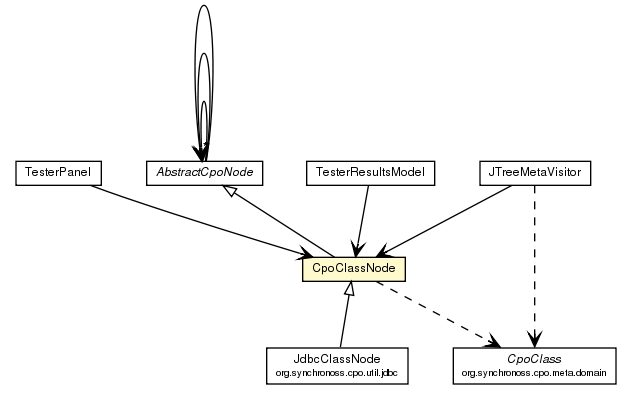
Before: site/apidocs/org/synchronoss/cpo/util/CpoClassNode.png, a diagram exported from Graphviz (synchronoss/cpo-util). Its source is kept beside it as site/apidocs/org/synchronoss/cpo/util/CpoClassNode.dot.
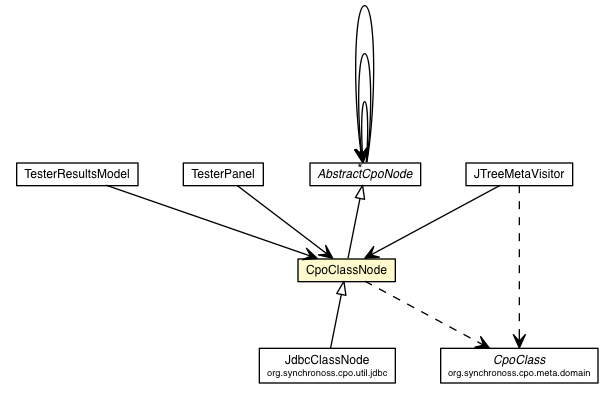
The same file after the commit.

The edit, as a diff of the source:
```diff
@@ -2,48 +2,48 @@
 digraph G {
 	edge [fontname="Helvetica",fontsize=10,labelfontname="Helvetica",labelfontsize=10];
 	node [fontname="Helvetica",fontsize=10,shape=plaintext];
-	c2870 [label=<<table border="0" cellborder="1" cellspacing="0" cellpadding="2" port="p" href="./TesterPanel.html">
+	c2517 [label=<<table border="0" cellborder="1" cellspacing="0" cellpadding="2" port="p" href="./TesterResultsModel.html">
+		<tr><td><table border="0" cellspacing="0" cellpadding="1">
+			<tr><td> TesterResultsModel </td></tr>
+		</table></td></tr>
+		</table>>, fontname="Helvetica", fontcolor="black", fontsize=9.0];
+	c2519 [label=<<table border="0" cellborder="1" cellspacing="0" cellpadding="2" port="p" href="./TesterPanel.html">
 		<tr><td><table border="0" cellspacing="0" cellpadding="1">
 			<tr><td> TesterPanel </td></tr>
 		</table></td></tr>
 		</table>>, fontname="Helvetica", fontcolor="black", fontsize=9.0];
-	c2874 [label=<<table border="0" cellborder="1" cellspacing="0" cellpadding="2" port="p" href="./JTreeMetaVisitor.html">
+	c2527 [label=<<table border="0" cellborder="1" cellspacing="0" cellpadding="2" port="p" href="./JTreeMetaVisitor.html">
 		<tr><td><table border="0" cellspacing="0" cellpadding="1">
 			<tr><td> JTreeMetaVisitor </td></tr>
 		</table></td></tr>
 		</table>>, fontname="Helvetica", fontcolor="black", fontsize=9.0];
-	c2875 [label=<<table border="0" cellborder="1" cellspacing="0" cellpadding="2" port="p" href="./AbstractCpoNode.html">
+	c2542 [label=<<table border="0" cellborder="1" cellspacing="0" cellpadding="2" port="p" bgcolor="lemonChiffon" href="./CpoClassNode.html">
+		<tr><td><table border="0" cellspacing="0" cellpadding="1">
+			<tr><td> CpoClassNode </td></tr>
+		</table></td></tr>
+		</table>>, fontname="Helvetica", fontcolor="black", fontsize=9.0];
+	c2554 [label=<<table border="0" cellborder="1" cellspacing="0" cellpadding="2" port="p" href="./AbstractCpoNode.html">
 		<tr><td><table border="0" cellspacing="0" cellpadding="1">
 			<tr><td><font face="Helvetica-Oblique"> AbstractCpoNode </font></td></tr>
 		</table></td></tr>
 		</table>>, fontname="Helvetica", fontcolor="black", fontsize=9.0];
-	c2881 [label=<<table border="0" cellborder="1" cellspacing="0" cellpadding="2" port="p" href="./TesterResultsModel.html">
-		<tr><td><table border="0" cellspacing="0" cellpadding="1">
-			<tr><td> TesterResultsModel </td></tr>
-		</table></td></tr>
-		</table>>, fontname="Helvetica", fontcolor="black", fontsize=9.0];
-	c2890 [label=<<table border="0" cellborder="1" cellspacing="0" cellpadding="2" port="p" bgcolor="lemonChiffon" href="./CpoClassNode.html">
-		<tr><td><table border="0" cellspacing="0" cellpadding="1">
-			<tr><td> CpoClassNode </td></tr>
-		</table></td></tr>
-		</table>>, fontname="Helvetica", fontcolor="black", fontsize=9.0];
-	c2908 [label=<<table border="0" cellborder="1" cellspacing="0" cellpadding="2" port="p" href="./jdbc/JdbcClassNode.html">
+	c2564 [label=<<table border="0" cellborder="1" cellspacing="0" cellpadding="2" port="p" href="./jdbc/JdbcClassNode.html">
 		<tr><td><table border="0" cellspacing="0" cellpadding="1">
 			<tr><td> JdbcClassNode </td></tr>
 			<tr><td><font point-size="7.0"> org.synchronoss.cpo.util.jdbc </font></td></tr>
 		</table></td></tr>
 		</table>>, fontname="Helvetica", fontcolor="black", fontsize=9.0];
-	c2875:p -> c2890:p [dir=back,arrowtail=empty];
-	c2890:p -> c2908:p [dir=back,arrowtail=empty];
-	c2870:p -> c2890:p [taillabel="", label="", headlabel="", fontname="Helvetica", fontcolor="black", fontsize=10.0, color="black", arrowhead=open];
-	c2874:p -> c2890:p [taillabel="", label="", headlabel="", fontname="Helvetica", fontcolor="black", fontsize=10.0, color="black", arrowhead=open];
-	c2875:p -> c2875:p [taillabel="", label="", headlabel="*", fontname="Helvetica", fontcolor="black", fontsize=10.0, color="black", arrowhead=open];
-	c2875:p -> c2875:p [taillabel="", label="", headlabel="*", fontname="Helvetica", fontcolor="black", fontsize=10.0, color="black", arrowhead=open];
-	c2875:p -> c2875:p [taillabel="", label="", headlabel="*", fontname="Helvetica", fontcolor="black", fontsize=10.0, color="black", arrowhead=open];
-	c2881:p -> c2890:p [taillabel="", label="", headlabel="", fontname="Helvetica", fontcolor="black", fontsize=10.0, color="black", arrowhead=open];
-	c2874:p -> c2931:p [taillabel="", label="", headlabel="", fontname="Helvetica", fontcolor="black", fontsize=10.0, color="black", arrowhead=open, style=dashed];
-	c2890:p -> c2931:p [taillabel="", label="", headlabel="", fontname="Helvetica", fontcolor="black", fontsize=10.0, color="black", arrowhead=open, style=dashed];
-	c2931 [label=<<table border="0" cellborder="1" cellspacing="0" cellpadding="2" port="p" href="http://java.sun.com/j2se/1.4.2/docs/api/org/synchronoss/cpo/meta/domain/CpoClass.html">
+	c2554:p -> c2542:p [dir=back,arrowtail=empty];
+	c2542:p -> c2564:p [dir=back,arrowtail=empty];
+	c2517:p -> c2542:p [taillabel="", label="", headlabel="", fontname="Helvetica", fontcolor="black", fontsize=10.0, color="black", arrowhead=open];
+	c2519:p -> c2542:p [taillabel="", label="", headlabel="", fontname="Helvetica", fontcolor="black", fontsize=10.0, color="black", arrowhead=open];
+	c2527:p -> c2542:p [taillabel="", label="", headlabel="", fontname="Helvetica", fontcolor="black", fontsize=10.0, color="black", arrowhead=open];
+	c2554:p -> c2554:p [taillabel="", label="", headlabel="*", fontname="Helvetica", fontcolor="black", fontsize=10.0, color="black", arrowhead=open];
+	c2554:p -> c2554:p [taillabel="", label="", headlabel="*", fontname="Helvetica", fontcolor="black", fontsize=10.0, color="black", arrowhead=open];
+	c2554:p -> c2554:p [taillabel="", label="", headlabel="*", fontname="Helvetica", fontcolor="black", fontsize=10.0, color="black", arrowhead=open];
+	c2527:p -> c2588:p [taillabel="", label="", headlabel="", fontname="Helvetica", fontcolor="black", fontsize=10.0, color="black", arrowhead=open, style=dashed];
+	c2542:p -> c2588:p [taillabel="", label="", headlabel="", fontname="Helvetica", fontcolor="black", fontsize=10.0, color="black", arrowhead=open, style=dashed];
+	c2588 [label=<<table border="0" cellborder="1" cellspacing="0" cellpadding="2" port="p" href="http://java.sun.com/j2se/1.4.2/docs/api/org/synchronoss/cpo/meta/domain/CpoClass.html">
 		<tr><td><table border="0" cellspacing="0" cellpadding="1">
 			<tr><td><font face="Helvetica-Oblique"> CpoClass </font></td></tr>
 			<tr><td><font point-size="7.0"> org.synchronoss.cpo.meta.domain </font></td></tr>
```
